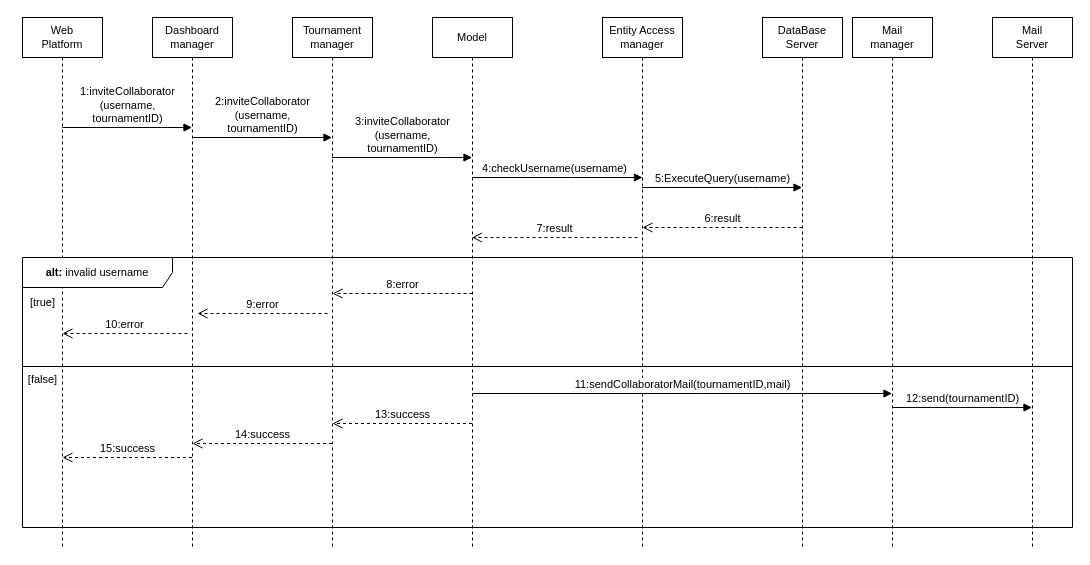
This is page "InviteEducator" (5 of 18) of diagrams/Runtime diagrams/RuntimeDiagrams.drawio from mttcrn/software-engineering-II-project, a draw.io file, before an edit. Source tidied: cells renumbered, new cells numbered last; positions are measured from the earlier drawing's top-left corner, leaving out a move shared by most shapes. Both pictures are drawn from the tidied source at 100%, with x=0, y=0 at pixel (17, 17).
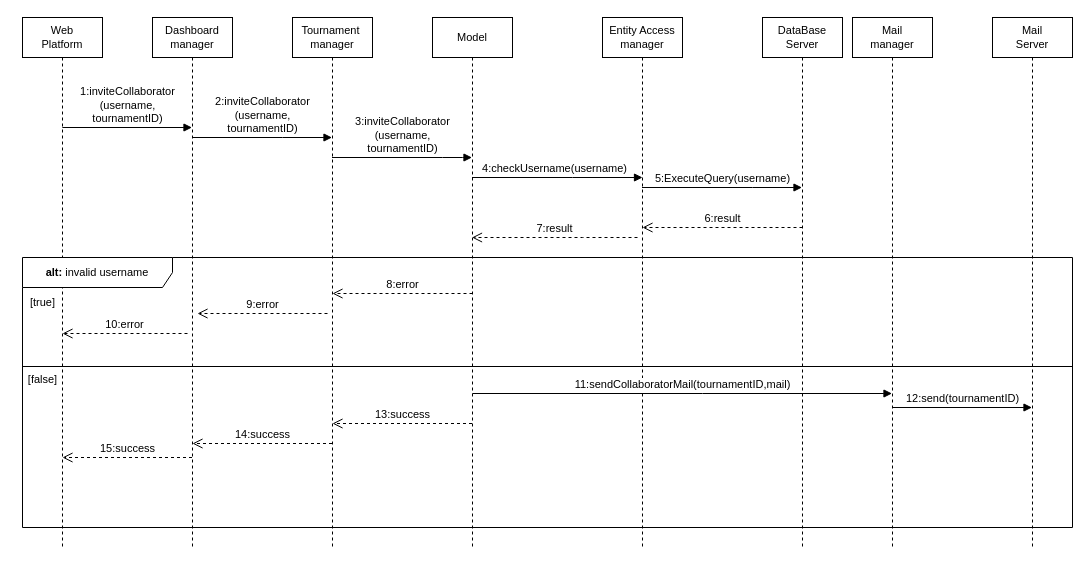
After the change.

The edit, as a diff of the source:
```diff
@@
-    <mxCell id="6" value="Tournament&lt;br style=&quot;font-size: 11px;&quot;&gt;manager" style="shape=umlLifeline;perimeter=lifelinePerimeter;whiteSpace=wrap;html=1;outlineConnect=0;portConstraint=eastwest;newEdgeStyle={&quot;curved&quot;:0,&quot;rounded&quot;:0};fontSize=11;" parent="1" vertex="1">
+    <mxCell id="6" value="Tournament&amp;nbsp;&lt;br&gt;manager" style="shape=umlLifeline;perimeter=lifelinePerimeter;whiteSpace=wrap;html=1;outlineConnect=0;portConstraint=eastwest;newEdgeStyle={&quot;curved&quot;:0,&quot;rounded&quot;:0};fontSize=11;" parent="1" vertex="1">
       <mxGeometry x="275" width="80" height="530" as="geometry" />
     </mxCell>
```
